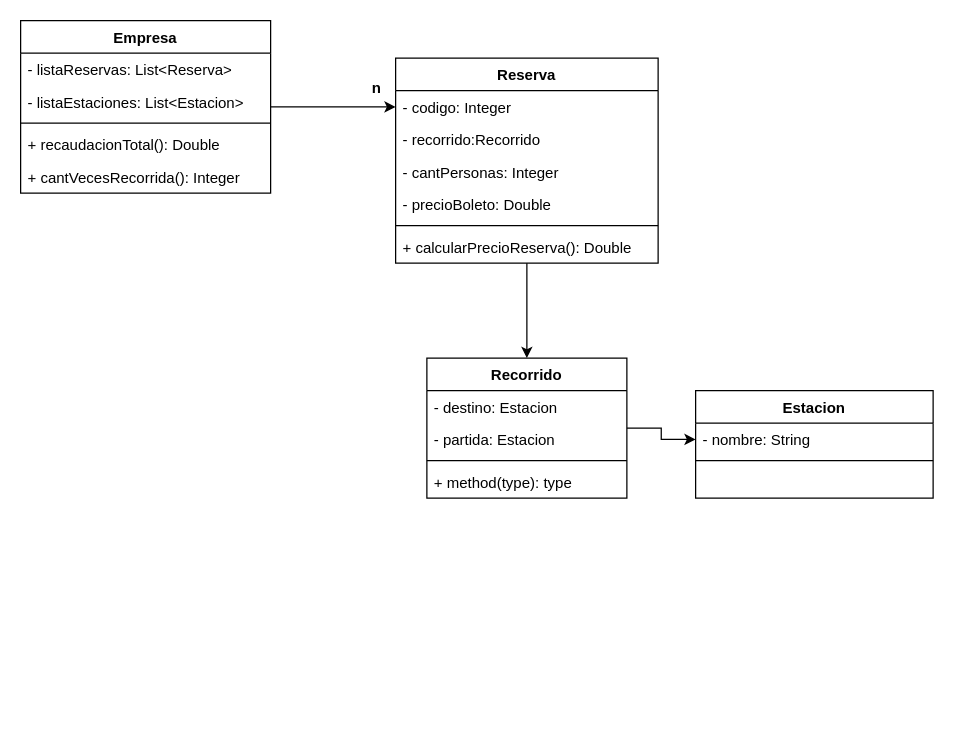
This is UML.drawio from dedosmedia/oop_clase18_reserva, a draw.io file, before an edit. Source tidied: cells renumbered, new cells numbered last; positions are measured from the earlier drawing's top-left corner, leaving out a move shared by most shapes. Both pictures are drawn from the tidied source at 125%, with x=0, y=0 at pixel (20, 20).
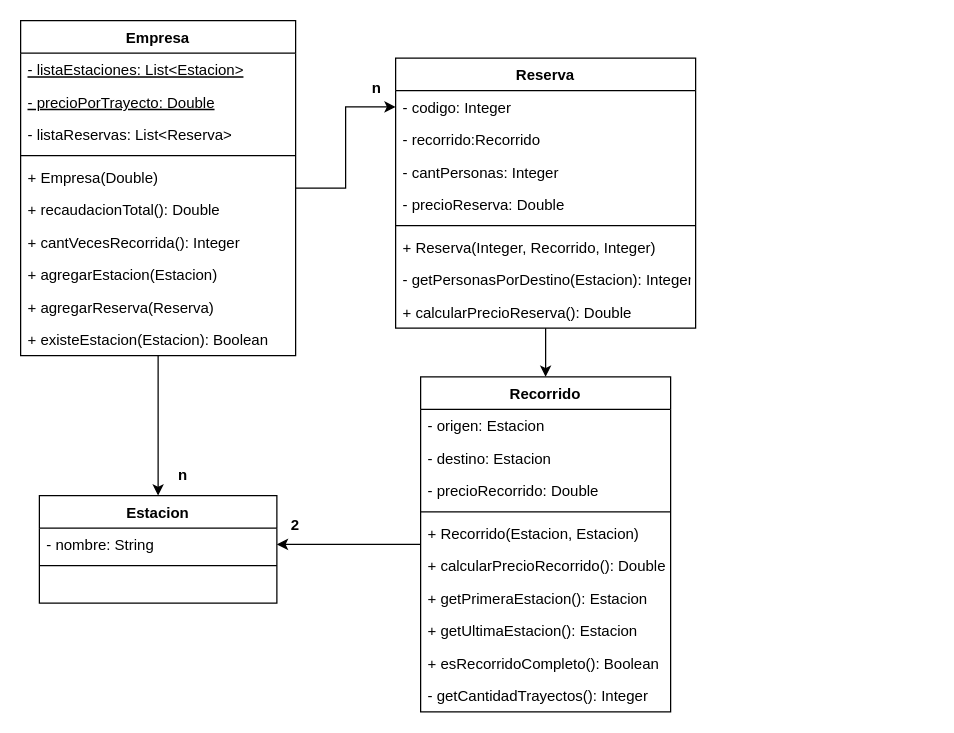
The same page after the edit.

Diff of the diagram source:
```diff
@@
+    <mxCell id="28" style="edgeStyle=orthogonalEdgeStyle;rounded=0;jettySize=auto;html=1;entryX=0.5;entryY=0;entryDx=0;entryDy=0;" parent="1" edge="1" source="3" target="23">
+      <mxGeometry relative="1" as="geometry" />
+    </mxCell>
     <mxCell id="3" value="Empresa" style="swimlane;fontStyle=1;align=center;verticalAlign=top;horizontal=1;startSize=26;" parent="1" vertex="1">
-      <mxGeometry width="200" height="138" as="geometry" />
+      <mxGeometry width="220" height="268" as="geometry" />
     </mxCell>
+    <mxCell id="5" value="- listaEstaciones: List&lt;Estacion&gt;" style="text;strokeColor=none;fillColor=none;align=left;verticalAlign=top;spacingLeft=4;spacingRight=4;overflow=hidden;fontStyle=4;" parent="3" vertex="1">
+      <mxGeometry y="26" width="220" height="26" as="geometry" />
+    </mxCell>
+    <mxCell id="29" value="- precioPorTrayecto: Double" style="text;strokeColor=none;fillColor=none;align=left;verticalAlign=top;spacingLeft=4;spacingRight=4;overflow=hidden;fontStyle=4;" parent="3" vertex="1">
+      <mxGeometry y="52" width="220" height="26" as="geometry" />
+    </mxCell>
     <mxCell id="4" value="- listaReservas: List&lt;Reserva&gt;" style="text;strokeColor=none;fillColor=none;align=left;verticalAlign=top;spacingLeft=4;spacingRight=4;overflow=hidden;" parent="3" vertex="1">
-      <mxGeometry y="26" width="200" height="26" as="geometry" />
+      <mxGeometry y="78" width="220" height="26" as="geometry" />
     </mxCell>
-    <mxCell id="5" value="- listaEstaciones: List&lt;Estacion&gt;" style="text;strokeColor=none;fillColor=none;align=left;verticalAlign=top;spacingLeft=4;spacingRight=4;overflow=hidden;" parent="3" vertex="1">
-      <mxGeometry y="52" width="200" height="26" as="geometry" />
-    </mxCell>
     <mxCell id="6" style="line;strokeWidth=1;fillColor=none;align=left;verticalAlign=middle;spacingTop=-1;spacingLeft=3;spacingRight=3;labelPosition=right;" parent="3" vertex="1">
-      <mxGeometry y="78" width="200" height="8" as="geometry" />
+      <mxGeometry y="104" width="220" height="8" as="geometry" />
     </mxCell>
-    <mxCell id="7" value="+ recaudacionTotal(): Double" style="text;strokeColor=none;fillColor=none;align=left;verticalAlign=top;spacingLeft=4;spacingRight=4;overflow=hidden;" parent="3" vertex="1">
-      <mxGeometry y="86" width="200" height="26" as="geometry" />
+    <mxCell id="7" value="+ Empresa(Double)" style="text;strokeColor=none;fillColor=none;align=left;verticalAlign=top;spacingLeft=4;spacingRight=4;overflow=hidden;" parent="3" vertex="1">
+      <mxGeometry y="112" width="220" height="26" as="geometry" />
     </mxCell>
+    <mxCell id="30" value="+ recaudacionTotal(): Double" style="text;strokeColor=none;fillColor=none;align=left;verticalAlign=top;spacingLeft=4;spacingRight=4;overflow=hidden;" parent="3" vertex="1">
+      <mxGeometry y="138" width="220" height="26" as="geometry" />
+    </mxCell>
     <mxCell id="8" value="+ cantVecesRecorrida(): Integer" style="text;strokeColor=none;fillColor=none;align=left;verticalAlign=top;spacingLeft=4;spacingRight=4;overflow=hidden;" parent="3" vertex="1">
-      <mxGeometry y="112" width="200" height="26" as="geometry" />
+      <mxGeometry y="164" width="220" height="26" as="geometry" />
     </mxCell>
+    <mxCell id="31" value="+ agregarEstacion(Estacion)" style="text;strokeColor=none;fillColor=none;align=left;verticalAlign=top;spacingLeft=4;spacingRight=4;overflow=hidden;" parent="3" vertex="1">
+      <mxGeometry y="190" width="220" height="26" as="geometry" />
+    </mxCell>
+    <mxCell id="32" value="+ agregarReserva(Reserva)" style="text;strokeColor=none;fillColor=none;align=left;verticalAlign=top;spacingLeft=4;spacingRight=4;overflow=hidden;" parent="3" vertex="1">
+      <mxGeometry y="216" width="220" height="26" as="geometry" />
+    </mxCell>
+    <mxCell id="33" value="+ existeEstacion(Estacion): Boolean" style="text;strokeColor=none;fillColor=none;align=left;verticalAlign=top;spacingLeft=4;spacingRight=4;overflow=hidden;" parent="3" vertex="1">
+      <mxGeometry y="242" width="220" height="26" as="geometry" />
+    </mxCell>
@@
     <mxCell id="10" value="Reserva" style="swimlane;fontStyle=1;align=center;verticalAlign=top;horizontal=1;startSize=26;" parent="1" vertex="1">
-      <mxGeometry x="300" y="30" width="210" height="164" as="geometry" />
+      <mxGeometry x="300" y="30" width="240" height="216" as="geometry" />
     </mxCell>
     <mxCell id="11" value="- codigo: Integer" style="text;strokeColor=none;fillColor=none;align=left;verticalAlign=top;spacingLeft=4;spacingRight=4;overflow=hidden;points=[[0,0.5],[1,0.5]];portConstraint=eastwest;" parent="10" vertex="1">
-      <mxGeometry y="26" width="210" height="26" as="geometry" />
+      <mxGeometry y="26" width="240" height="26" as="geometry" />
     </mxCell>
     <mxCell id="12" value="- recorrido:Recorrido" style="text;strokeColor=none;fillColor=none;align=left;verticalAlign=top;spacingLeft=4;spacingRight=4;overflow=hidden;" parent="10" vertex="1">
-      <mxGeometry y="52" width="210" height="26" as="geometry" />
+      <mxGeometry y="52" width="240" height="26" as="geometry" />
     </mxCell>
     <mxCell id="13" value="- cantPersonas: Integer" style="text;strokeColor=none;fillColor=none;align=left;verticalAlign=top;spacingLeft=4;spacingRight=4;overflow=hidden;" parent="10" vertex="1">
-      <mxGeometry y="78" width="210" height="26" as="geometry" />
+      <mxGeometry y="78" width="240" height="26" as="geometry" />
     </mxCell>
-    <mxCell id="14" value="- precioBoleto: Double" style="text;strokeColor=none;fillColor=none;align=left;verticalAlign=top;spacingLeft=4;spacingRight=4;overflow=hidden;" parent="10" vertex="1">
-      <mxGeometry y="104" width="210" height="26" as="geometry" />
+    <mxCell id="14" value="- precioReserva: Double" style="text;strokeColor=none;fillColor=none;align=left;verticalAlign=top;spacingLeft=4;spacingRight=4;overflow=hidden;" parent="10" vertex="1">
+      <mxGeometry y="104" width="240" height="26" as="geometry" />
     </mxCell>
     <mxCell id="15" style="line;strokeWidth=1;fillColor=none;align=left;verticalAlign=middle;spacingTop=-1;spacingLeft=3;spacingRight=3;labelPosition=right;" parent="10" vertex="1">
-      <mxGeometry y="130" width="210" height="8" as="geometry" />
+      <mxGeometry y="130" width="240" height="8" as="geometry" />
     </mxCell>
-    <mxCell id="16" value="+ calcularPrecioReserva(): Double" style="text;strokeColor=none;fillColor=none;align=left;verticalAlign=top;spacingLeft=4;spacingRight=4;overflow=hidden;" parent="10" vertex="1">
-      <mxGeometry y="138" width="210" height="26" as="geometry" />
+    <mxCell id="16" value="+ Reserva(Integer, Recorrido, Integer)" style="text;strokeColor=none;fillColor=none;align=left;verticalAlign=top;spacingLeft=4;spacingRight=4;overflow=hidden;" parent="10" vertex="1">
+      <mxGeometry y="138" width="240" height="26" as="geometry" />
     </mxCell>
+    <mxCell id="34" value="- getPersonasPorDestino(Estacion): Integer" style="text;strokeColor=none;fillColor=none;align=left;verticalAlign=top;spacingLeft=4;spacingRight=4;overflow=hidden;" parent="10" vertex="1">
+      <mxGeometry y="164" width="240" height="26" as="geometry" />
+    </mxCell>
+    <mxCell id="35" value="+ calcularPrecioReserva(): Double" style="text;strokeColor=none;fillColor=none;align=left;verticalAlign=top;spacingLeft=4;spacingRight=4;overflow=hidden;" parent="10" vertex="1">
+      <mxGeometry y="190" width="240" height="26" as="geometry" />
+    </mxCell>
@@
     <mxCell id="18" value="Recorrido" style="swimlane;fontStyle=1;align=center;verticalAlign=top;horizontal=1;startSize=26;" parent="1" vertex="1">
-      <mxGeometry x="325" y="270" width="160" height="112" as="geometry" />
+      <mxGeometry x="320" y="285" width="200" height="268" as="geometry" />
     </mxCell>
-    <mxCell id="19" value="- destino: Estacion" style="text;strokeColor=none;fillColor=none;align=left;verticalAlign=top;spacingLeft=4;spacingRight=4;overflow=hidden;" parent="18" vertex="1">
-      <mxGeometry y="26" width="160" height="26" as="geometry" />
+    <mxCell id="19" value="- origen: Estacion" style="text;strokeColor=none;fillColor=none;align=left;verticalAlign=top;spacingLeft=4;spacingRight=4;overflow=hidden;" parent="18" vertex="1">
+      <mxGeometry y="26" width="200" height="26" as="geometry" />
     </mxCell>
-    <mxCell id="20" value="- partida: Estacion" style="text;strokeColor=none;fillColor=none;align=left;verticalAlign=top;spacingLeft=4;spacingRight=4;overflow=hidden;" parent="18" vertex="1">
-      <mxGeometry y="52" width="160" height="26" as="geometry" />
+    <mxCell id="20" value="- destino: Estacion" style="text;strokeColor=none;fillColor=none;align=left;verticalAlign=top;spacingLeft=4;spacingRight=4;overflow=hidden;" parent="18" vertex="1">
+      <mxGeometry y="52" width="200" height="26" as="geometry" />
     </mxCell>
+    <mxCell id="36" value="- precioRecorrido: Double" style="text;strokeColor=none;fillColor=none;align=left;verticalAlign=top;spacingLeft=4;spacingRight=4;overflow=hidden;" parent="18" vertex="1">
+      <mxGeometry y="78" width="200" height="26" as="geometry" />
+    </mxCell>
     <mxCell id="21" style="line;strokeWidth=1;fillColor=none;align=left;verticalAlign=middle;spacingTop=-1;spacingLeft=3;spacingRight=3;labelPosition=right;" parent="18" vertex="1">
-      <mxGeometry y="78" width="160" height="8" as="geometry" />
+      <mxGeometry y="104" width="200" height="8" as="geometry" />
     </mxCell>
-    <mxCell id="22" value="+ method(type): type" style="text;strokeColor=none;fillColor=none;align=left;verticalAlign=top;spacingLeft=4;spacingRight=4;overflow=hidden;" parent="18" vertex="1">
-      <mxGeometry y="86" width="160" height="26" as="geometry" />
+    <mxCell id="22" value="+ Recorrido(Estacion, Estacion)" style="text;strokeColor=none;fillColor=none;align=left;verticalAlign=top;spacingLeft=4;spacingRight=4;overflow=hidden;" parent="18" vertex="1">
+      <mxGeometry y="112" width="200" height="26" as="geometry" />
     </mxCell>
+    <mxCell id="37" value="+ calcularPrecioRecorrido(): Double" style="text;strokeColor=none;fillColor=none;align=left;verticalAlign=top;spacingLeft=4;spacingRight=4;overflow=hidden;" parent="18" vertex="1">
+      <mxGeometry y="138" width="200" height="26" as="geometry" />
+    </mxCell>
+    <mxCell id="38" value="+ getPrimeraEstacion(): Estacion" style="text;strokeColor=none;fillColor=none;align=left;verticalAlign=top;spacingLeft=4;spacingRight=4;overflow=hidden;" parent="18" vertex="1">
+      <mxGeometry y="164" width="200" height="26" as="geometry" />
+    </mxCell>
+    <mxCell id="39" value="+ getUltimaEstacion(): Estacion" style="text;strokeColor=none;fillColor=none;align=left;verticalAlign=top;spacingLeft=4;spacingRight=4;overflow=hidden;" parent="18" vertex="1">
+      <mxGeometry y="190" width="200" height="26" as="geometry" />
+    </mxCell>
+    <mxCell id="40" value="+ esRecorridoCompleto(): Boolean" style="text;strokeColor=none;fillColor=none;align=left;verticalAlign=top;spacingLeft=4;spacingRight=4;overflow=hidden;" parent="18" vertex="1">
+      <mxGeometry y="216" width="200" height="26" as="geometry" />
+    </mxCell>
+    <mxCell id="41" value="- getCantidadTrayectos(): Integer" style="text;strokeColor=none;fillColor=none;align=left;verticalAlign=top;spacingLeft=4;spacingRight=4;overflow=hidden;" parent="18" vertex="1">
+      <mxGeometry y="242" width="200" height="26" as="geometry" />
+    </mxCell>
     <mxCell id="23" value="Estacion" style="swimlane;fontStyle=1;align=center;verticalAlign=top;horizontal=1;startSize=26;" parent="1" vertex="1">
-      <mxGeometry x="540" y="296" width="190" height="86" as="geometry" />
+      <mxGeometry x="15" y="380" width="190" height="86" as="geometry" />
     </mxCell>
@@
+    <mxCell id="42" value="2" style="text;align=center;fontStyle=1;verticalAlign=middle;spacingLeft=3;spacingRight=3;strokeColor=none;" parent="1" vertex="1">
+      <mxGeometry x="180" y="390" width="80" height="26" as="geometry" />
+    </mxCell>
+    <mxCell id="43" value="n" style="text;align=center;fontStyle=1;verticalAlign=middle;spacingLeft=3;spacingRight=3;strokeColor=none;" parent="1" vertex="1">
+      <mxGeometry x="90" y="350" width="80" height="26" as="geometry" />
+    </mxCell>
```
